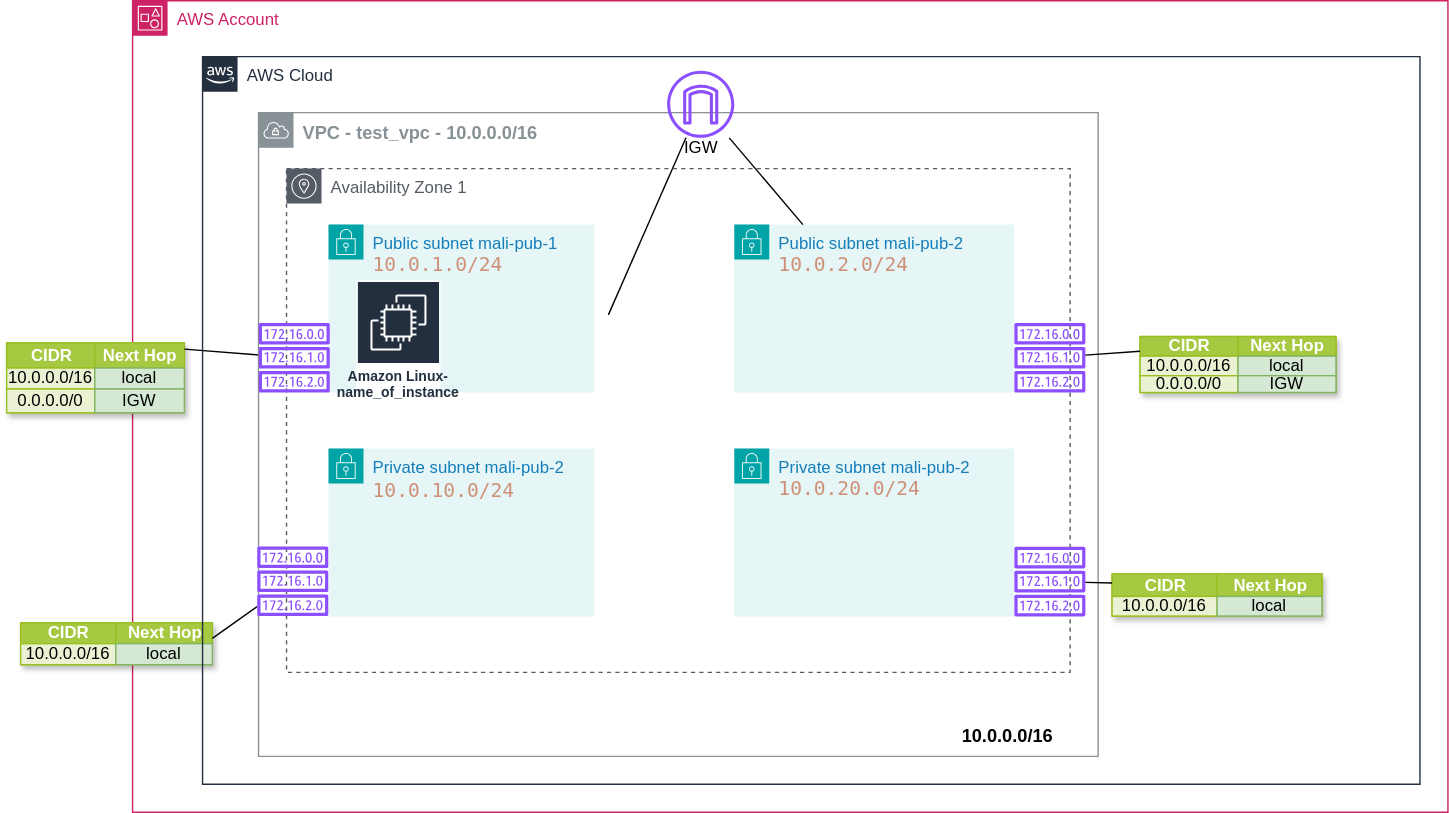
The draw.io diagram Architecture1.drawio.svg in ismajlb/project-aws-terraform-, before a commit. Source tidied: cells renumbered, new cells last; positions are measured from the earlier drawing's top-left corner, leaving out a move shared by most shapes.
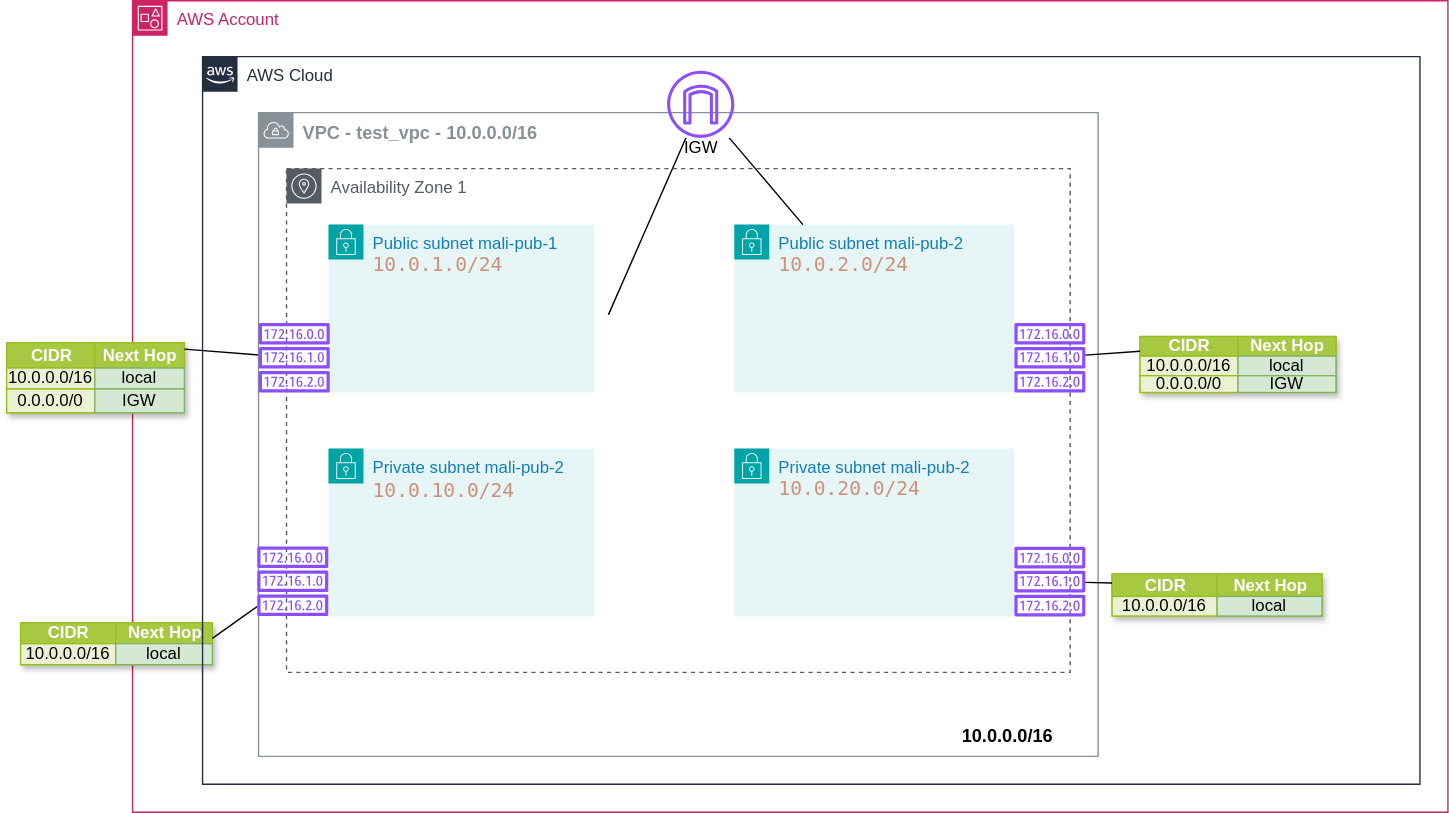
The same file after the commit.

Diff of the diagram source:
```diff
@@ -112,9 +112,6 @@
     <mxCell id="37" style="sketch=0;outlineConnect=0;fontColor=#232F3E;gradientColor=none;fillColor=#8C4FFF;strokeColor=none;dashed=0;verticalLabelPosition=bottom;verticalAlign=top;align=center;html=1;fontSize=12;fontStyle=0;shape=mxgraph.aws4.route_table;" parent="23" vertex="1">
       <mxGeometry x="38.9" y="350" width="51.1" height="49.7" as="geometry" />
     </mxCell>
-    <mxCell id="38" value="Amazon Linux-name_of_instance" style="sketch=0;fontColor=#232F3E;gradientColor=none;strokeColor=#ffffff;fillColor=#232F3E;dashed=0;verticalLabelPosition=middle;verticalAlign=bottom;align=center;html=1;whiteSpace=wrap;fontSize=10;fontStyle=1;spacing=3;shape=mxgraph.aws4.productIcon;prIcon=mxgraph.aws4.ec2;" parent="23" vertex="1">
-      <mxGeometry x="110" y="160" width="60" height="90" as="geometry" />
-    </mxCell>
     <mxCell id="39" value="Assets" style="strokeColor=#98bf21;fillColor=#A7C942;shadow=1;" parent="23" vertex="1">
       <mxGeometry x="670" y="200" width="140" height="40" as="geometry" />
     </mxCell>
```
